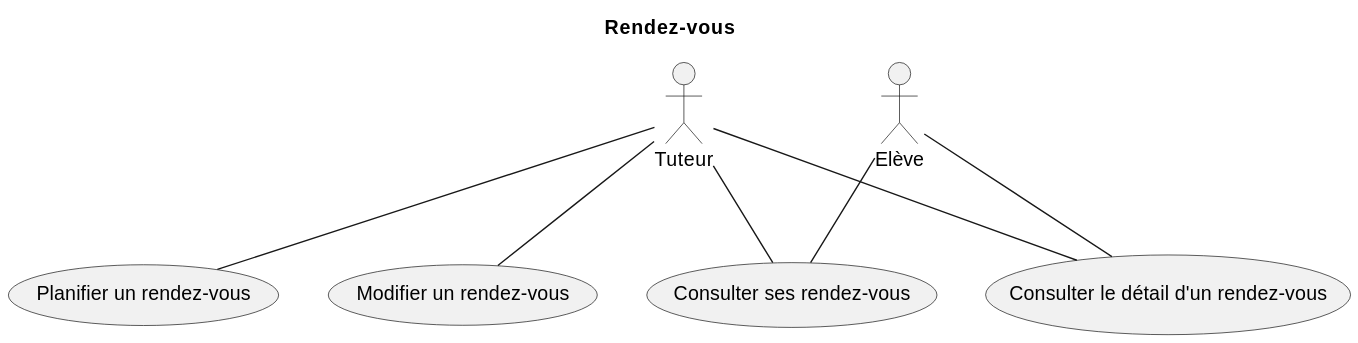
Earlier version of the PlantUML export docs/diagrams/appointment/appointment.svg (KMBCL/P3_specifications).
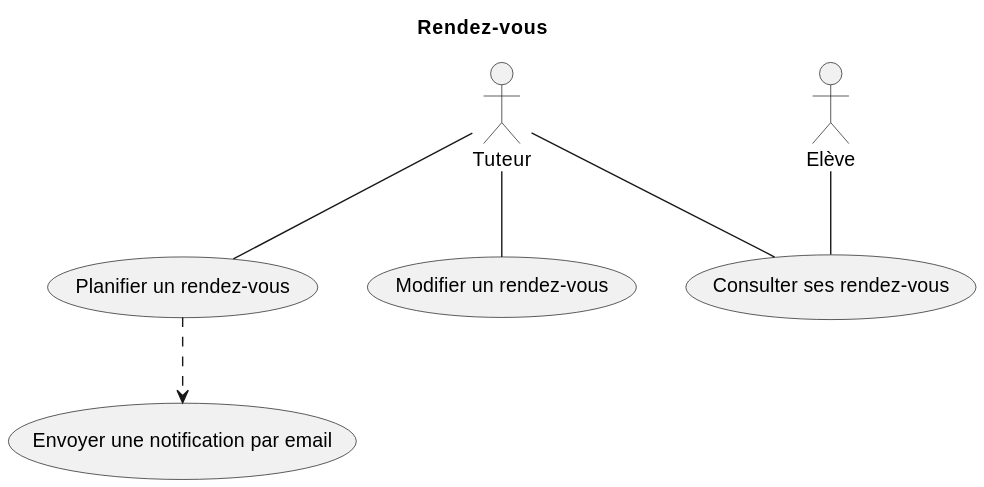
After the commit.

Diff of the diagram source:
```diff
@@ -6,14 +6,13 @@
 usecase "Planifier un rendez-vous" as plan_appointment
 usecase "Modifier un rendez-vous" as update_appointment
 usecase "Consulter ses rendez-vous" as see_appointments
-usecase "Consulter le détail d'un rendez-vous" as see_appointment
+usecase "Envoyer une notification par email" as send_email_notification
 
 tutor -- plan_appointment
+plan_appointment ..> send_email_notification
 tutor -- update_appointment
 tutor -- see_appointments
-tutor -- see_appointment
 
 
 student -- see_appointments
-student -- see_appointment
 @enduml
```
